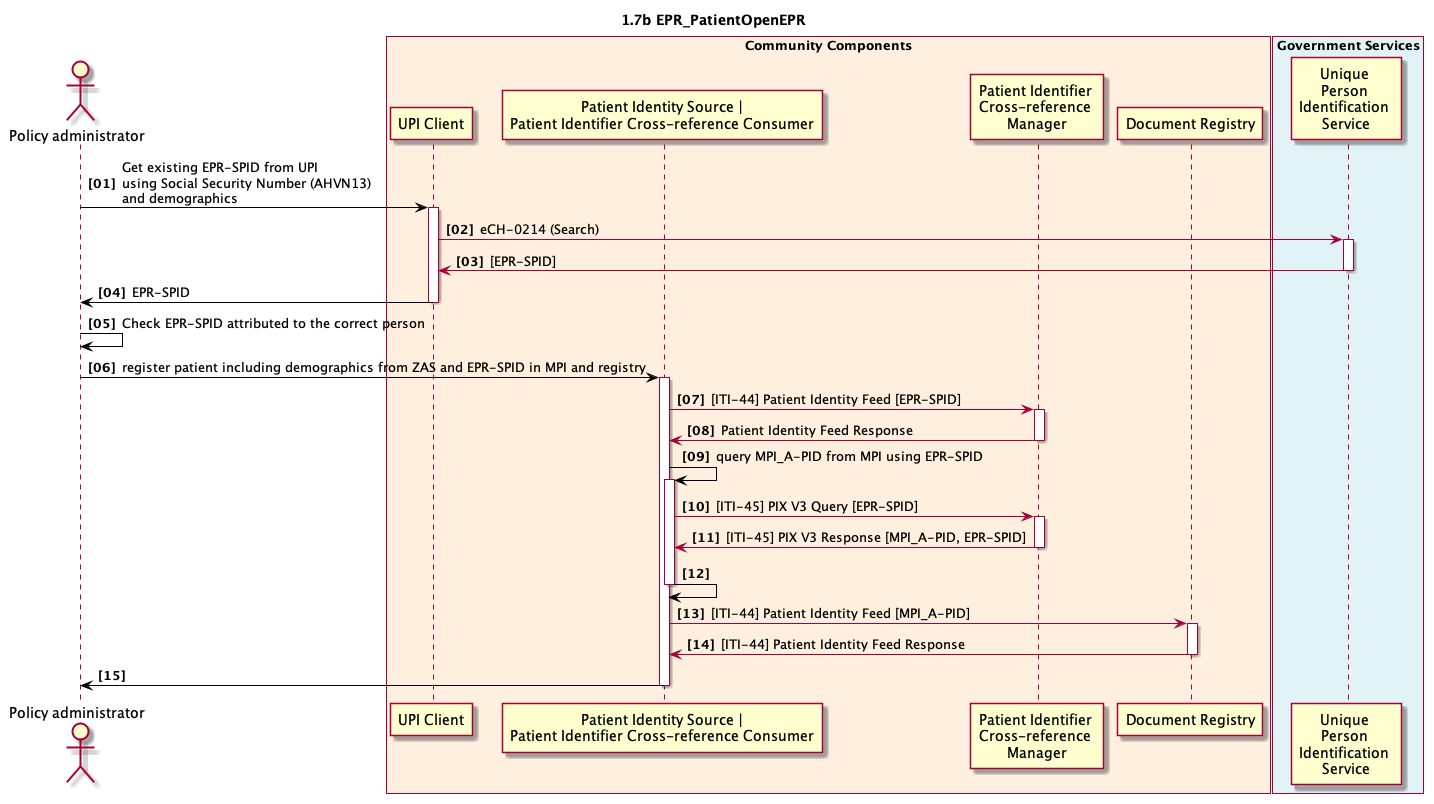
Earlier version of the PlantUML export 1_07b_EPR_PatientOpenEPR.plantuml.png (ahdis/ch-epr-seqdiag).
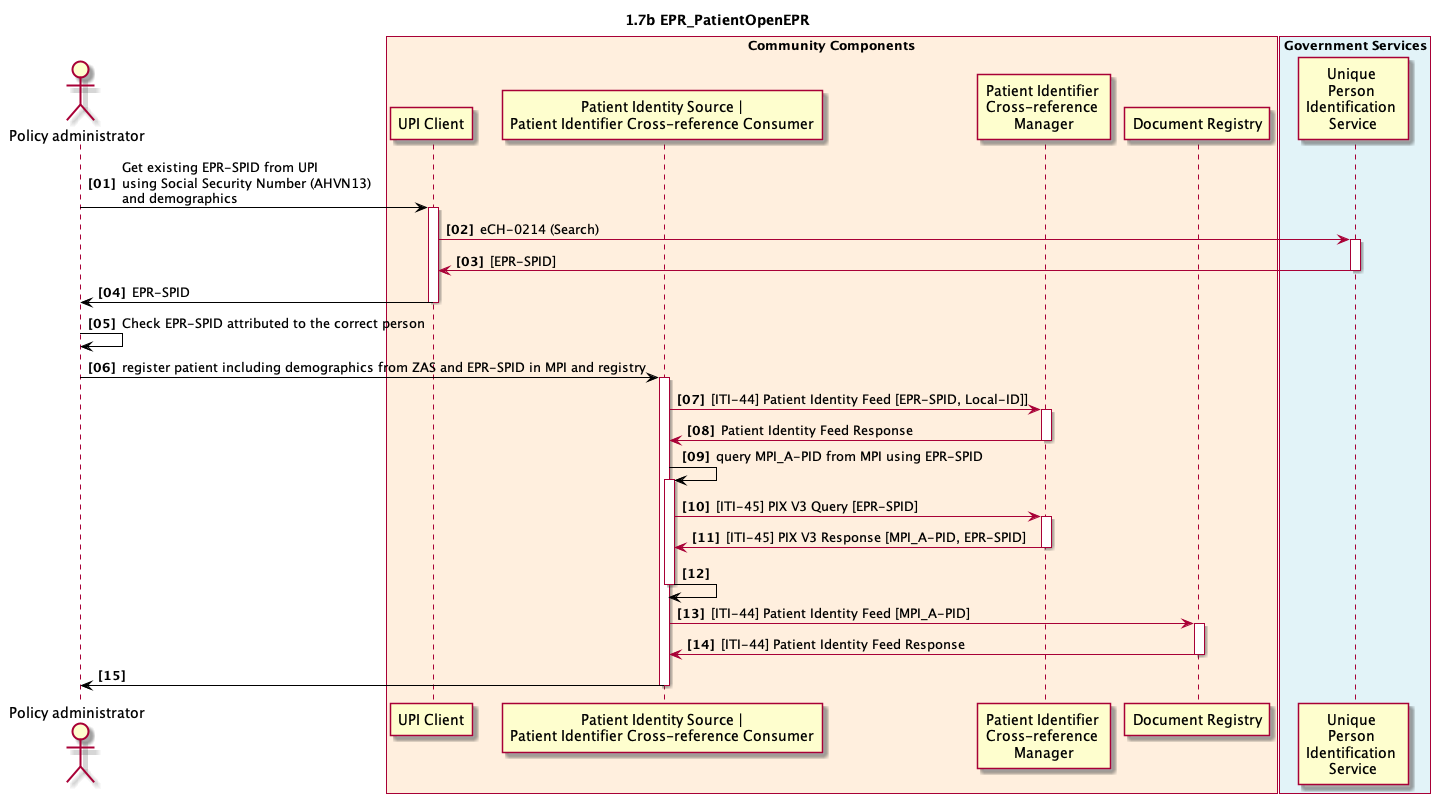
After the commit.

Diff of the diagram source:
```diff
@@ -29,7 +29,7 @@
 
 admin -[#black]> cc_mpi_source: register patient including demographics from ZAS and EPR-SPID in MPI and registry
 activate cc_mpi_source
-cc_mpi_source -> cc_mpi_x_ref_manager: [ITI-44] Patient Identity Feed [EPR-SPID]
+cc_mpi_source -> cc_mpi_x_ref_manager: [ITI-44] Patient Identity Feed [EPR-SPID, Local-ID]]
 activate cc_mpi_x_ref_manager
 cc_mpi_source <- cc_mpi_x_ref_manager: Patient Identity Feed Response
 deactivate cc_mpi_x_ref_manager
```
